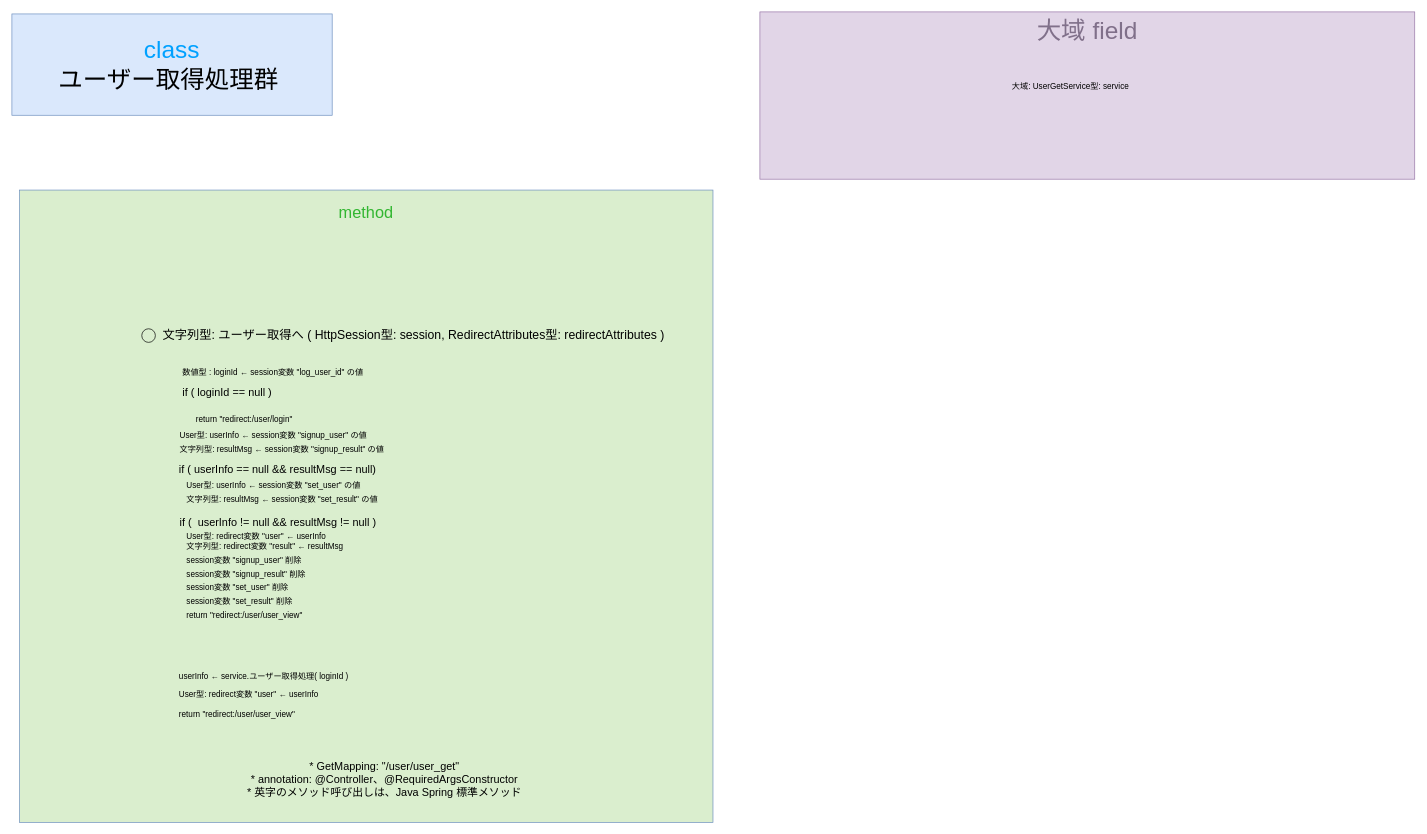
Earlier version of the draw.io diagram gijigengo/controller/user/meeting_reservation_sys controller_user UserGetControllerクラス 疑似言語.drawio (tro319/meeting_reservation_system). Source tidied: cells renumbered, new cells numbered last; positions are measured from the earlier drawing's top-left corner, leaving out a move shared by most shapes. Both pictures are drawn from the tidied source at 68%, with x=0, y=0 at pixel (12, 12).
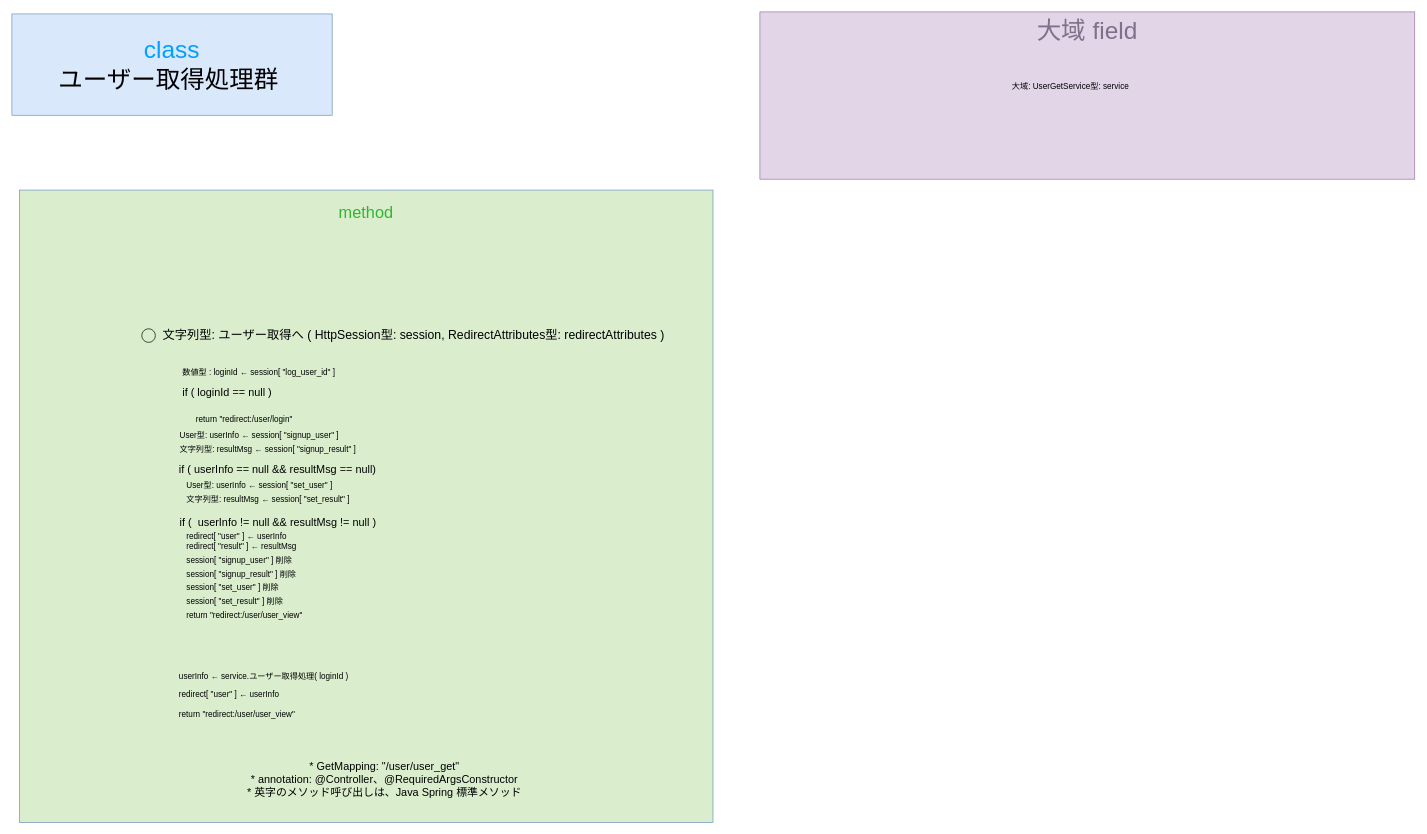
The same page after the edit.

The edit, as a diff of the source:
```diff
@@
-    <mxCell id="4" value="&lt;div&gt;&lt;span style=&quot;color: rgb(0, 0, 0);&quot;&gt;&lt;font&gt;数値型 : loginId ←&amp;nbsp;&lt;/font&gt;&lt;/span&gt;&lt;span style=&quot;color: rgb(0, 0, 0);&quot;&gt;&lt;font&gt;session変数 &quot;log_user_id&quot; の値&lt;/font&gt;&lt;/span&gt;&lt;/div&gt;" style="text;html=1;whiteSpace=wrap;strokeColor=none;fillColor=none;align=left;verticalAlign=middle;rounded=0;fontSize=12;" parent="1" vertex="1">
+    <mxCell id="4" value="&lt;div&gt;&lt;span style=&quot;color: rgb(0, 0, 0);&quot;&gt;&lt;font&gt;数値型 : loginId ←&amp;nbsp;&lt;/font&gt;&lt;/span&gt;&lt;span style=&quot;color: rgb(0, 0, 0);&quot;&gt;&lt;font&gt;session[ &quot;log_user_id&quot; ]&lt;/font&gt;&lt;/span&gt;&lt;/div&gt;" style="text;html=1;whiteSpace=wrap;strokeColor=none;fillColor=none;align=left;verticalAlign=middle;rounded=0;fontSize=12;" parent="1" vertex="1">
       <mxGeometry x="249" y="515" width="590" height="30" as="geometry" />
     </mxCell>
@@
-    <mxCell id="7" value="User型: userInfo ← session変数 &quot;signup_user&quot; の値" style="text;html=1;whiteSpace=wrap;strokeColor=none;fillColor=none;align=left;verticalAlign=middle;rounded=0;" parent="1" vertex="1">
+    <mxCell id="7" value="User型: userInfo ← session[ &quot;signup_user&quot; ]" style="text;html=1;whiteSpace=wrap;strokeColor=none;fillColor=none;align=left;verticalAlign=middle;rounded=0;" parent="1" vertex="1">
       <mxGeometry x="245" y="608" width="590" height="30" as="geometry" />
     </mxCell>
@@
-    <mxCell id="10" value="User型: redirect変数 &quot;user&quot; ← userInfo" style="text;html=1;whiteSpace=wrap;strokeColor=none;fillColor=none;align=left;verticalAlign=middle;rounded=0;" parent="1" vertex="1">
+    <mxCell id="10" value="redirect[ &quot;user&quot; ] ← userInfo" style="text;html=1;whiteSpace=wrap;strokeColor=none;fillColor=none;align=left;verticalAlign=middle;rounded=0;" parent="1" vertex="1">
       <mxGeometry x="255" y="756" width="624" height="30" as="geometry" />
     </mxCell>
@@
-    <mxCell id="13" value="&lt;div align=&quot;left&quot;&gt;&lt;span style=&quot;color: rgb(0, 0, 0);&quot;&gt;&lt;font&gt;User型: redirect変数 &quot;user&quot; ← userInfo&amp;nbsp;&lt;/font&gt;&lt;/span&gt;&lt;/div&gt;" style="text;html=1;whiteSpace=wrap;strokeColor=none;fillColor=none;align=left;verticalAlign=middle;rounded=0;fontSize=12;" parent="1" vertex="1">
+    <mxCell id="13" value="&lt;div align=&quot;left&quot;&gt;&lt;span style=&quot;color: rgb(0, 0, 0);&quot;&gt;&lt;font&gt;redirect[ &quot;user&quot; ] ← userInfo&amp;nbsp;&lt;/font&gt;&lt;/span&gt;&lt;/div&gt;" style="text;html=1;whiteSpace=wrap;strokeColor=none;fillColor=none;align=left;verticalAlign=middle;rounded=0;fontSize=12;" parent="1" vertex="1">
       <mxGeometry x="244" y="989" width="590" height="30" as="geometry" />
     </mxCell>
@@
-    <mxCell id="19" value="session変数 &quot;signup_user&quot; 削除" style="text;html=1;whiteSpace=wrap;strokeColor=none;fillColor=none;align=left;verticalAlign=middle;rounded=0;" parent="1" vertex="1">
+    <mxCell id="19" value="session[ &quot;signup_user&quot; ] 削除" style="text;html=1;whiteSpace=wrap;strokeColor=none;fillColor=none;align=left;verticalAlign=middle;rounded=0;" parent="1" vertex="1">
       <mxGeometry x="255" y="792" width="624" height="30" as="geometry" />
     </mxCell>
-    <mxCell id="20" value="文字列型: resultMsg ← session変数 &quot;signup_result&quot; の値" style="text;html=1;whiteSpace=wrap;strokeColor=none;fillColor=none;align=left;verticalAlign=middle;rounded=0;" parent="1" vertex="1">
+    <mxCell id="20" value="文字列型: resultMsg ← session[ &quot;signup_result&quot; ]" style="text;html=1;whiteSpace=wrap;strokeColor=none;fillColor=none;align=left;verticalAlign=middle;rounded=0;" parent="1" vertex="1">
       <mxGeometry x="245" y="628" width="590" height="30" as="geometry" />
     </mxCell>
-    <mxCell id="21" value="文字列型: redirect変数 &quot;result&quot; ← resultMsg" style="text;html=1;whiteSpace=wrap;strokeColor=none;fillColor=none;align=left;verticalAlign=middle;rounded=0;" parent="1" vertex="1">
+    <mxCell id="21" value="redirect[ &quot;result&quot; ] ← resultMsg" style="text;html=1;whiteSpace=wrap;strokeColor=none;fillColor=none;align=left;verticalAlign=middle;rounded=0;" parent="1" vertex="1">
       <mxGeometry x="255" y="772" width="624" height="30" as="geometry" />
     </mxCell>
-    <mxCell id="22" value="session変数 &quot;signup_result&quot; 削除" style="text;html=1;whiteSpace=wrap;strokeColor=none;fillColor=none;align=left;verticalAlign=middle;rounded=0;" parent="1" vertex="1">
+    <mxCell id="22" value="session[ &quot;signup_result&quot; ] 削除" style="text;html=1;whiteSpace=wrap;strokeColor=none;fillColor=none;align=left;verticalAlign=middle;rounded=0;" parent="1" vertex="1">
       <mxGeometry x="255" y="812" width="624" height="30" as="geometry" />
     </mxCell>
@@
-    <mxCell id="24" value="User型: userInfo ← session変数 &quot;set_user&quot; の値" style="text;html=1;whiteSpace=wrap;strokeColor=none;fillColor=none;align=left;verticalAlign=middle;rounded=0;" parent="1" vertex="1">
+    <mxCell id="24" value="User型: userInfo ← session[ &quot;set_user&quot; ]" style="text;html=1;whiteSpace=wrap;strokeColor=none;fillColor=none;align=left;verticalAlign=middle;rounded=0;" parent="1" vertex="1">
       <mxGeometry x="255" y="682" width="590" height="30" as="geometry" />
     </mxCell>
-    <mxCell id="25" value="文字列型: resultMsg ← session変数 &quot;set_result&quot; の値" style="text;html=1;whiteSpace=wrap;strokeColor=none;fillColor=none;align=left;verticalAlign=middle;rounded=0;" parent="1" vertex="1">
+    <mxCell id="25" value="文字列型: resultMsg ← session[ &quot;set_result&quot; ]" style="text;html=1;whiteSpace=wrap;strokeColor=none;fillColor=none;align=left;verticalAlign=middle;rounded=0;" parent="1" vertex="1">
       <mxGeometry x="255" y="702" width="590" height="30" as="geometry" />
     </mxCell>
-    <mxCell id="26" value="session変数 &quot;set_user&quot; 削除" style="text;html=1;whiteSpace=wrap;strokeColor=none;fillColor=none;align=left;verticalAlign=middle;rounded=0;" parent="1" vertex="1">
+    <mxCell id="26" value="session[ &quot;set_user&quot; ] 削除" style="text;html=1;whiteSpace=wrap;strokeColor=none;fillColor=none;align=left;verticalAlign=middle;rounded=0;" parent="1" vertex="1">
       <mxGeometry x="255" y="832" width="624" height="30" as="geometry" />
     </mxCell>
-    <mxCell id="27" value="session変数 &quot;set_result&quot; 削除" style="text;html=1;whiteSpace=wrap;strokeColor=none;fillColor=none;align=left;verticalAlign=middle;rounded=0;" parent="1" vertex="1">
+    <mxCell id="27" value="session[ &quot;set_result&quot; ] 削除" style="text;html=1;whiteSpace=wrap;strokeColor=none;fillColor=none;align=left;verticalAlign=middle;rounded=0;" parent="1" vertex="1">
       <mxGeometry x="255" y="852" width="624" height="30" as="geometry" />
     </mxCell>
```
